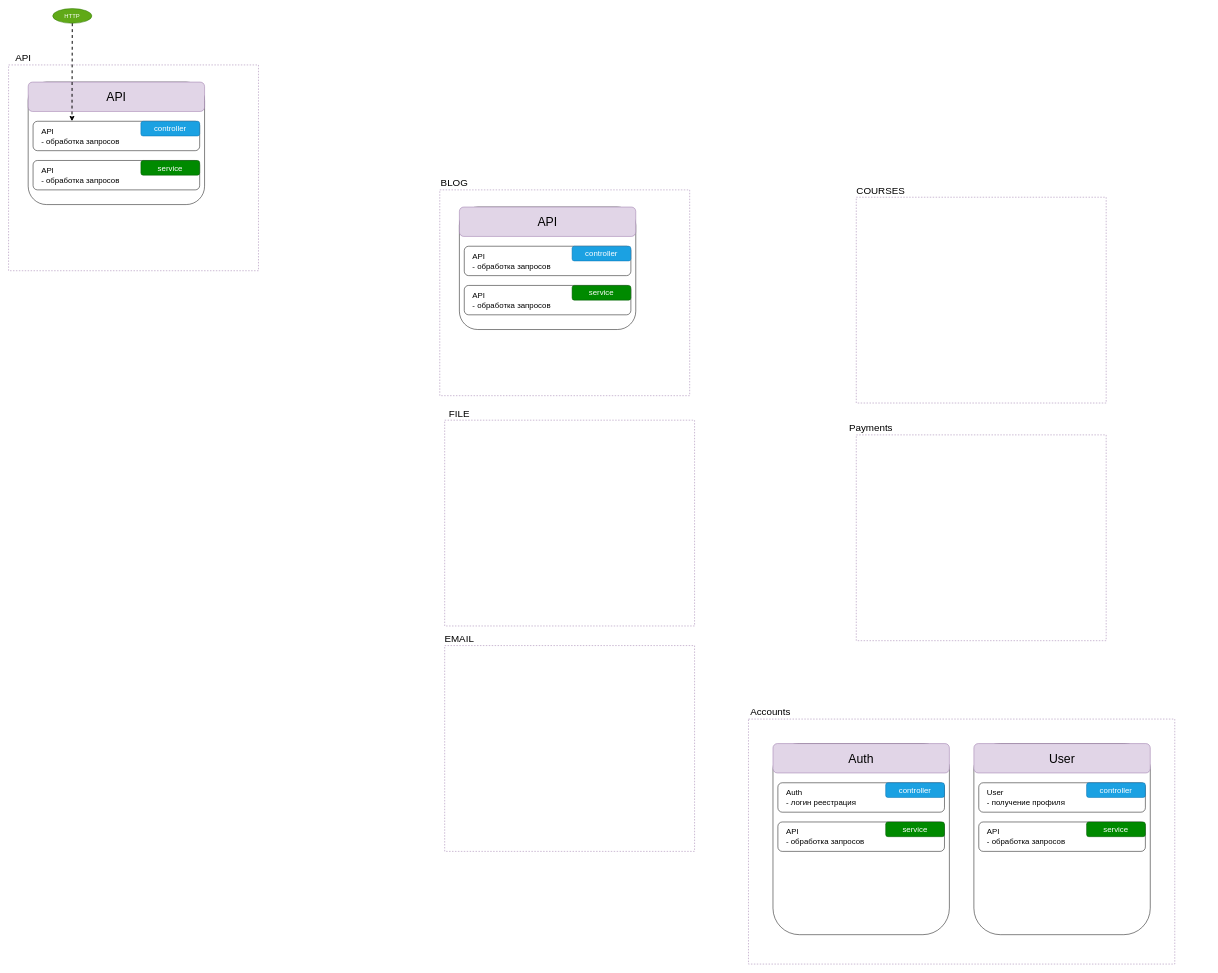
Ledich19/_mind-map- keeps this draw.io diagram as Диаграмма без названия.drawio. Above is the earlier version. Source tidied: cells renumbered, new cells numbered last; positions are measured from the earlier drawing's top-left corner, leaving out a move shared by most shapes. Both pictures are drawn from the tidied source at 49%, with x=0, y=0 at pixel (8, 8).
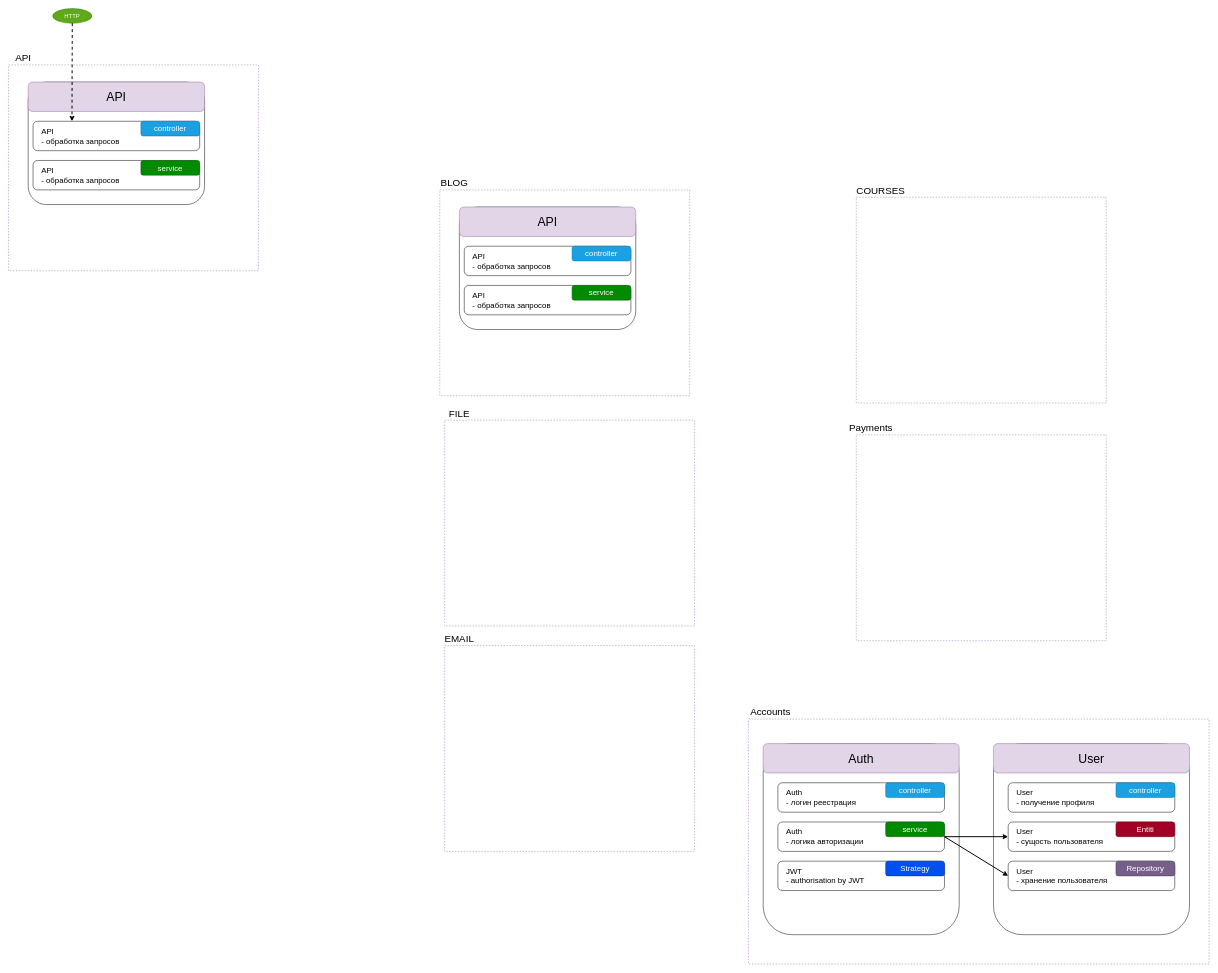
After the change.

The edit, as a diff of the source:
```diff
@@
     <mxCell id="30" style="rounded=0;whiteSpace=wrap;html=1;fillColor=none;strokeColor=#9673a6;dashed=1;glass=0;" parent="1" vertex="1">
-      <mxGeometry x="1510" y="1450" width="870" height="500" as="geometry" />
+      <mxGeometry x="1510" y="1450" width="940" height="500" as="geometry" />
     </mxCell>
@@
     <mxCell id="32" style="rounded=1;whiteSpace=wrap;html=1;" parent="1" vertex="1">
-      <mxGeometry x="1560" y="1500" width="360" height="390" as="geometry" />
+      <mxGeometry x="1540" y="1500" width="400" height="390" as="geometry" />
     </mxCell>
     <mxCell id="33" value="&lt;font style=&quot;font-size: 25px;&quot;&gt;Auth&lt;/font&gt;" style="rounded=1;whiteSpace=wrap;html=1;fillColor=#e1d5e7;strokeColor=#9673a6;" parent="1" vertex="1">
-      <mxGeometry x="1560" y="1500" width="360" height="60" as="geometry" />
+      <mxGeometry x="1540" y="1500" width="400" height="60" as="geometry" />
     </mxCell>
@@
-    <mxCell id="35" value="&lt;font style=&quot;font-size: 16px;&quot;&gt;API&lt;br&gt;- обработка запросов&lt;/font&gt;" style="rounded=1;whiteSpace=wrap;html=1;align=left;perimeterSpacing=0;spacingLeft=15;" parent="1" vertex="1">
+    <mxCell id="35" value="&lt;font style=&quot;font-size: 16px;&quot;&gt;Auth&lt;br&gt;- логика авторизации&lt;/font&gt;" style="rounded=1;whiteSpace=wrap;html=1;align=left;perimeterSpacing=0;spacingLeft=15;" parent="1" vertex="1">
       <mxGeometry x="1570" y="1660" width="340" height="60" as="geometry" />
     </mxCell>
@@
     <mxCell id="38" style="rounded=1;whiteSpace=wrap;html=1;" parent="1" vertex="1">
-      <mxGeometry x="1970" y="1500" width="360" height="390" as="geometry" />
+      <mxGeometry x="2010" y="1500" width="400" height="390" as="geometry" />
     </mxCell>
     <mxCell id="39" value="&lt;font style=&quot;font-size: 25px;&quot;&gt;User&lt;/font&gt;" style="rounded=1;whiteSpace=wrap;html=1;fillColor=#e1d5e7;strokeColor=#9673a6;" parent="1" vertex="1">
-      <mxGeometry x="1970" y="1500" width="360" height="60" as="geometry" />
+      <mxGeometry x="2010" y="1500" width="400" height="60" as="geometry" />
     </mxCell>
     <mxCell id="40" value="&lt;font style=&quot;font-size: 16px;&quot;&gt;User&lt;br&gt;- получение профиля&lt;/font&gt;" style="rounded=1;whiteSpace=wrap;html=1;align=left;spacingLeft=15;" parent="1" vertex="1">
-      <mxGeometry x="1980" y="1580" width="340" height="60" as="geometry" />
+      <mxGeometry x="2040" y="1580" width="340" height="60" as="geometry" />
     </mxCell>
-    <mxCell id="41" value="&lt;font style=&quot;font-size: 16px;&quot;&gt;API&lt;br&gt;- обработка запросов&lt;/font&gt;" style="rounded=1;whiteSpace=wrap;html=1;align=left;perimeterSpacing=0;spacingLeft=15;" parent="1" vertex="1">
-      <mxGeometry x="1980" y="1660" width="340" height="60" as="geometry" />
+    <mxCell id="41" value="&lt;font style=&quot;font-size: 16px;&quot;&gt;User&lt;br&gt;- хранение пользователя&lt;/font&gt;" style="rounded=1;whiteSpace=wrap;html=1;align=left;perimeterSpacing=0;spacingLeft=15;" parent="1" vertex="1">
+      <mxGeometry x="2040" y="1740" width="340" height="60" as="geometry" />
     </mxCell>
     <mxCell id="42" value="&lt;font style=&quot;font-size: 16px;&quot;&gt;controller&lt;/font&gt;" style="rounded=1;whiteSpace=wrap;html=1;fillColor=#1ba1e2;strokeColor=#006EAF;fontColor=#ffffff;" parent="1" vertex="1">
-      <mxGeometry x="2200" y="1580" width="120" height="30" as="geometry" />
+      <mxGeometry x="2260" y="1580" width="120" height="30" as="geometry" />
     </mxCell>
-    <mxCell id="43" value="&lt;font style=&quot;font-size: 16px;&quot;&gt;service&lt;/font&gt;" style="rounded=1;whiteSpace=wrap;html=1;fillColor=#008a00;strokeColor=#005700;fontColor=#ffffff;" parent="1" vertex="1">
-      <mxGeometry x="2200" y="1660" width="120" height="30" as="geometry" />
+    <mxCell id="43" value="&lt;span style=&quot;font-size: 16px;&quot;&gt;Repository&lt;/span&gt;" style="rounded=1;whiteSpace=wrap;html=1;fillColor=#76608a;strokeColor=#432D57;fontColor=#ffffff;" parent="1" vertex="1">
+      <mxGeometry x="2260" y="1740" width="120" height="30" as="geometry" />
     </mxCell>
+    <mxCell id="44" value="&lt;font style=&quot;font-size: 16px;&quot;&gt;User&lt;/font&gt;&lt;div&gt;&lt;font style=&quot;font-size: 16px;&quot;&gt;- сущость пользователя&lt;/font&gt;&lt;/div&gt;" style="rounded=1;whiteSpace=wrap;html=1;align=left;perimeterSpacing=0;spacingLeft=15;" parent="1" vertex="1">
+      <mxGeometry x="2040" y="1660" width="340" height="60" as="geometry" />
+    </mxCell>
+    <mxCell id="45" value="&lt;span style=&quot;font-size: 16px;&quot;&gt;Entiti&lt;/span&gt;" style="rounded=1;whiteSpace=wrap;html=1;fillColor=#a20025;strokeColor=#6F0000;fontColor=#ffffff;" parent="1" vertex="1">
+      <mxGeometry x="2260" y="1660" width="120" height="30" as="geometry" />
+    </mxCell>
+    <mxCell id="46" style="endArrow=classic;html=1;rounded=0;exitX=1;exitY=0.5;exitDx=0;exitDy=0;entryX=0;entryY=0.5;entryDx=0;entryDy=0;strokeWidth=2;" parent="1" edge="1" source="35" target="44">
+      <mxGeometry relative="1" as="geometry" />
+    </mxCell>
+    <mxCell id="47" style="endArrow=classic;html=1;rounded=0;exitX=1;exitY=0.5;exitDx=0;exitDy=0;entryX=0;entryY=0.5;entryDx=0;entryDy=0;strokeWidth=2;" parent="1" edge="1" source="35" target="41">
+      <mxGeometry relative="1" as="geometry" />
+    </mxCell>
+    <mxCell id="48" value="&lt;font style=&quot;font-size: 16px;&quot;&gt;JWT&lt;br&gt;- authorisation by JWT&lt;/font&gt;" style="rounded=1;whiteSpace=wrap;html=1;align=left;perimeterSpacing=0;spacingLeft=15;" parent="1" vertex="1">
+      <mxGeometry x="1570" y="1740" width="340" height="60" as="geometry" />
+    </mxCell>
+    <mxCell id="49" value="&lt;span style=&quot;font-size: 16px;&quot;&gt;Strategy&lt;/span&gt;" style="rounded=1;whiteSpace=wrap;html=1;fillColor=#0050ef;strokeColor=#001DBC;fontColor=#ffffff;" parent="1" vertex="1">
+      <mxGeometry x="1790" y="1740" width="120" height="30" as="geometry" />
+    </mxCell>
```
